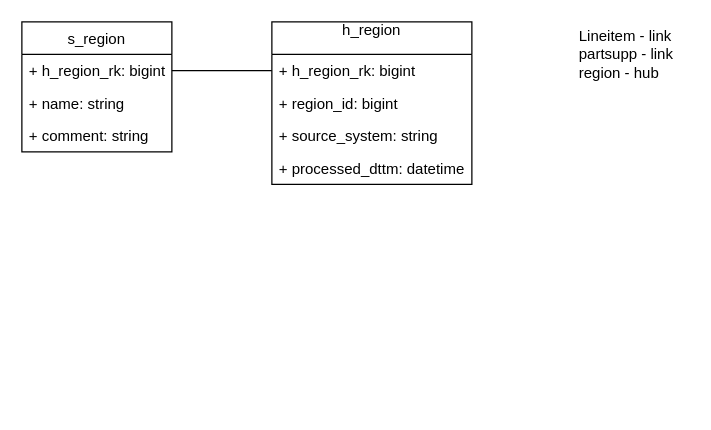
Earlier version of the draw.io diagram DZ1/Untitled Diagram.drawio (DMfananddu/DWH). Source tidied: cells renumbered, new cells numbered last; positions are measured from the earlier drawing's top-left corner, leaving out a move shared by most shapes. Both pictures are drawn from the tidied source at 125%, with x=0, y=0 at pixel (21, 21).
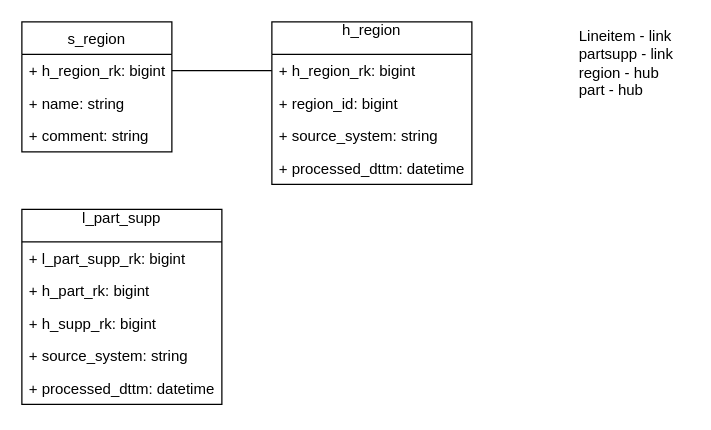
The same diagram, later.

Change to the diagram source:
```diff
@@
 <mxGraphModel>
   <root>
     <mxCell id="0" />
     <mxCell id="1" parent="0" />
     <mxCell id="2" value="h_region&#10;" style="swimlane;fontStyle=0;horizontal=1;startSize=26;fillColor=none;align=center;verticalAlign=middle;" parent="1" vertex="1">
       <mxGeometry x="200" width="160" height="130" as="geometry" />
     </mxCell>
     <mxCell id="3" value="+ h_region_rk: bigint" style="text;strokeColor=none;fillColor=none;align=left;verticalAlign=top;spacingLeft=4;spacingRight=4;overflow=hidden;points=[[0,0.5],[1,0.5]];portConstraint=eastwest;" parent="2" vertex="1">
       <mxGeometry y="26" width="160" height="26" as="geometry" />
     </mxCell>
     <mxCell id="4" value="+ region_id: bigint" style="text;strokeColor=none;fillColor=none;align=left;verticalAlign=top;spacingLeft=4;spacingRight=4;overflow=hidden;" parent="2" vertex="1">
       <mxGeometry y="52" width="160" height="26" as="geometry" />
     </mxCell>
     <mxCell id="5" value="+ source_system: string" style="text;strokeColor=none;fillColor=none;align=left;verticalAlign=top;spacingLeft=4;spacingRight=4;overflow=hidden;" parent="2" vertex="1">
       <mxGeometry y="78" width="160" height="26" as="geometry" />
     </mxCell>
     <mxCell id="6" value="+ processed_dttm: datetime" style="text;strokeColor=none;fillColor=none;align=left;verticalAlign=top;spacingLeft=4;spacingRight=4;overflow=hidden;" parent="2" vertex="1">
       <mxGeometry y="104" width="160" height="26" as="geometry" />
     </mxCell>
     <mxCell id="7" value="s_region" style="swimlane;fontStyle=0;horizontal=1;startSize=26;fillColor=none;" parent="1" vertex="1">
       <mxGeometry width="120" height="104" as="geometry" />
     </mxCell>
     <mxCell id="8" value="+ h_region_rk: bigint" style="text;strokeColor=none;fillColor=none;align=left;verticalAlign=top;spacingLeft=4;spacingRight=4;overflow=hidden;points=[[0,0.5],[1,0.5]];portConstraint=eastwest;" parent="7" vertex="1">
       <mxGeometry y="26" width="120" height="26" as="geometry" />
     </mxCell>
     <mxCell id="9" value="+ name: string" style="text;strokeColor=none;fillColor=none;align=left;verticalAlign=top;spacingLeft=4;spacingRight=4;overflow=hidden;" parent="7" vertex="1">
       <mxGeometry y="52" width="120" height="26" as="geometry" />
     </mxCell>
     <mxCell id="10" value="+ comment: string" style="text;strokeColor=none;fillColor=none;align=left;verticalAlign=top;spacingLeft=4;spacingRight=4;overflow=hidden;" parent="7" vertex="1">
       <mxGeometry y="78" width="120" height="26" as="geometry" />
     </mxCell>
     <mxCell id="11" style="edgeStyle=orthogonalEdgeStyle;rounded=0;jettySize=auto;html=1;entryX=0;entryY=0.5;entryDx=0;entryDy=0;endArrow=none;endFill=0;exitX=1;exitY=0.5;exitDx=0;exitDy=0;" parent="1" edge="1" source="8" target="3">
       <mxGeometry relative="1" as="geometry" />
     </mxCell>
-    <mxCell id="12" value="Lineitem - link&lt;br&gt;partsupp - link&lt;br&gt;region - hub&lt;br&gt;&lt;br&gt;" style="text;html=1;align=left;verticalAlign=top;spacingTop=-4;" parent="1" vertex="1">
+    <mxCell id="12" value="Lineitem - link&lt;br&gt;partsupp - link&lt;br&gt;region - hub&lt;br&gt;part - hub&lt;br&gt;" style="text;html=1;align=left;verticalAlign=top;spacingTop=-4;" parent="1" vertex="1">
       <mxGeometry x="444" y="2" width="90" height="60" as="geometry" />
     </mxCell>
+    <mxCell id="13" value="l_part_supp&#10;" style="swimlane;fontStyle=0;horizontal=1;startSize=26;fillColor=none;" parent="1" vertex="1">
+      <mxGeometry y="150" width="160" height="156" as="geometry" />
+    </mxCell>
+    <mxCell id="14" value="+ l_part_supp_rk: bigint" style="text;strokeColor=none;fillColor=none;align=left;verticalAlign=top;spacingLeft=4;spacingRight=4;overflow=hidden;" parent="13" vertex="1">
+      <mxGeometry y="26" width="160" height="26" as="geometry" />
+    </mxCell>
+    <mxCell id="15" value="+ h_part_rk: bigint" style="text;strokeColor=none;fillColor=none;align=left;verticalAlign=top;spacingLeft=4;spacingRight=4;overflow=hidden;" parent="13" vertex="1">
+      <mxGeometry y="52" width="160" height="26" as="geometry" />
+    </mxCell>
+    <mxCell id="16" value="+ h_supp_rk: bigint" style="text;strokeColor=none;fillColor=none;align=left;verticalAlign=top;spacingLeft=4;spacingRight=4;overflow=hidden;" parent="13" vertex="1">
+      <mxGeometry y="78" width="160" height="26" as="geometry" />
+    </mxCell>
+    <mxCell id="17" value="+ source_system: string" style="text;strokeColor=none;fillColor=none;align=left;verticalAlign=top;spacingLeft=4;spacingRight=4;overflow=hidden;" parent="13" vertex="1">
+      <mxGeometry y="104" width="160" height="26" as="geometry" />
+    </mxCell>
+    <mxCell id="18" value="+ processed_dttm: datetime" style="text;strokeColor=none;fillColor=none;align=left;verticalAlign=top;spacingLeft=4;spacingRight=4;overflow=hidden;" parent="13" vertex="1">
+      <mxGeometry y="130" width="160" height="26" as="geometry" />
+    </mxCell>
   </root>
 </mxGraphModel>
```
